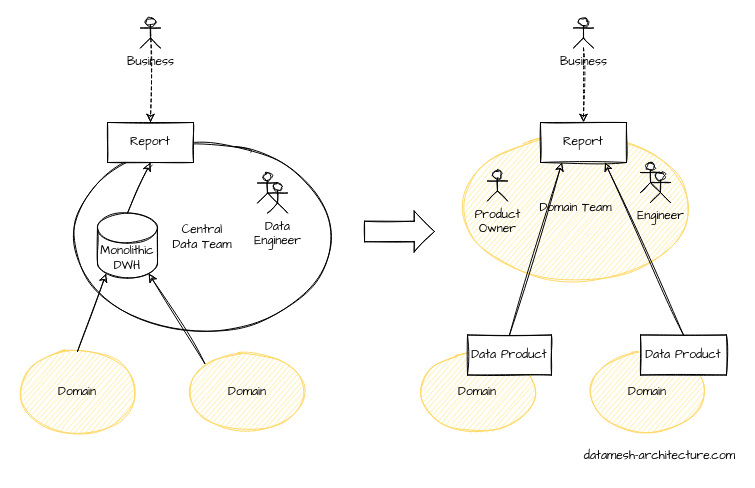
Above: diagrams/newdomainteam.drawio in datamesh-architecture/datamesh-architecture.com (draw.io), before the change. Source tidied: cells renumbered, new cells numbered last; positions are measured from the earlier drawing's top-left corner, leaving out a move shared by most shapes. Both pictures are drawn from the tidied source at 100%, with x=0, y=0 at pixel (17, 17).
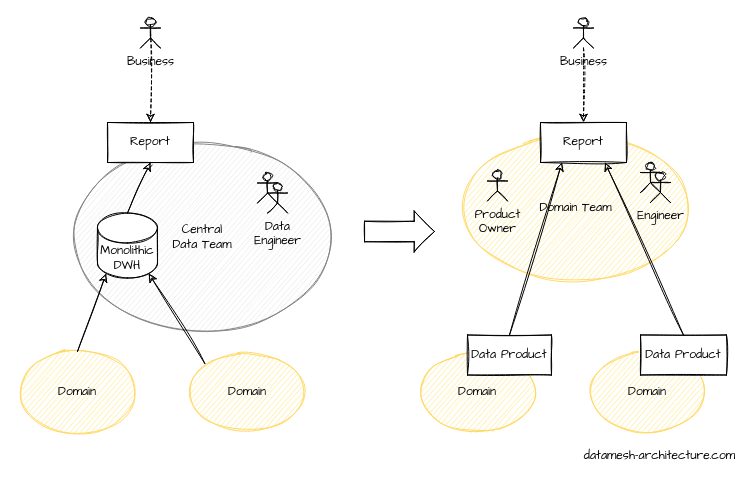
After the change.

Diff of the diagram source:
```diff
@@
-    <mxCell id="3" value="Central &lt;br&gt;Data Team" style="ellipse;whiteSpace=wrap;html=1;sketch=1;fontFamily=Architects Daughter;" parent="1" vertex="1">
+    <mxCell id="3" value="Central &lt;br&gt;Data Team" style="ellipse;whiteSpace=wrap;html=1;sketch=1;fontFamily=Architects Daughter;fillColor=#EBEBEB;strokeColor=#858585;" parent="1" vertex="1">
       <mxGeometry x="50" y="130" width="270" height="180" as="geometry" />
     </mxCell>
```
